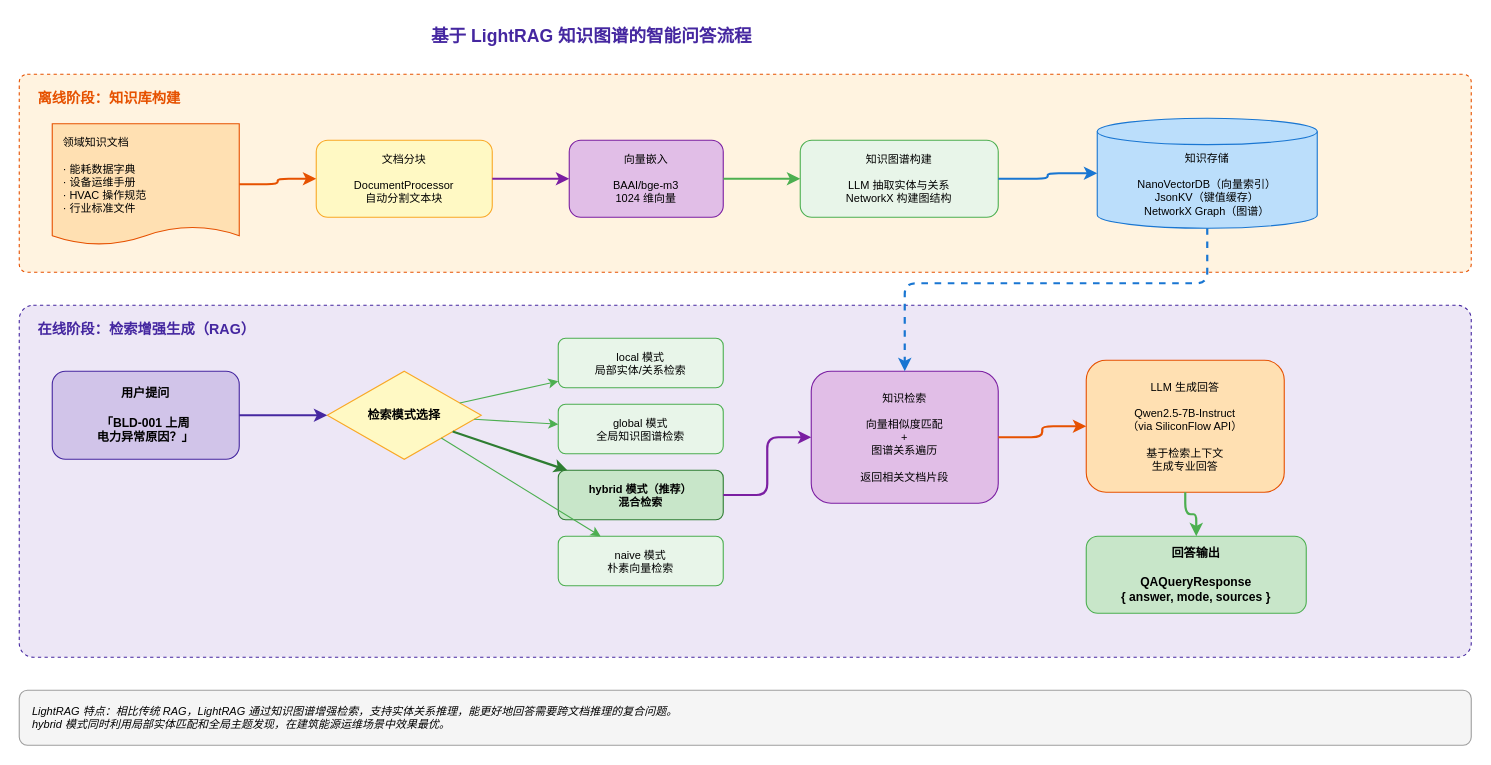
Eazed-Yu/AERO keeps this draw.io diagram as docs/diagrams/rag-qa-flow.drawio. Above is the earlier version. Source tidied: cells renumbered, new cells numbered last; positions are measured from the earlier drawing's top-left corner, leaving out a move shared by most shapes. Both pictures are drawn from the tidied source at 110%, with x=0, y=0 at pixel (19, 19).
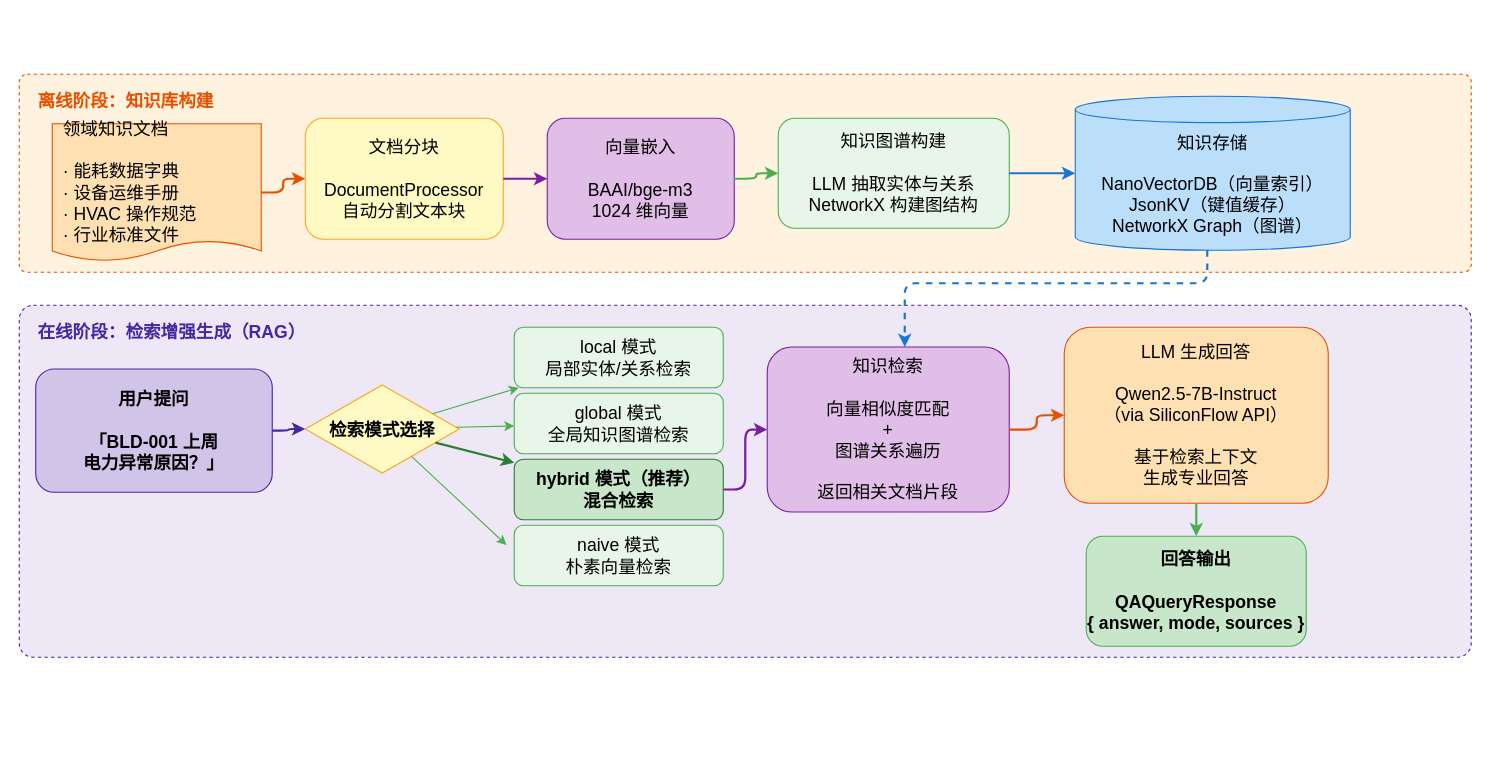
The same diagram, later.

What changed in the source:
```diff
@@
-    <mxCell id="2" value="基于 LightRAG 知识图谱的智能问答流程" style="text;html=1;align=center;verticalAlign=middle;strokeColor=none;fillColor=none;fontStyle=1;fontSize=16;fontColor=#4527A0;" parent="1" vertex="1">
-      <mxGeometry x="360" width="320" height="30" as="geometry" />
-    </mxCell>
-    <mxCell id="3" style="rounded=1;whiteSpace=wrap;html=1;fillColor=#FFF3E0;strokeColor=#E65100;dashed=1;arcSize=4;" parent="1" vertex="1">
+    <mxCell id="3" style="rounded=1;whiteSpace=wrap;html=1;fillColor=#FFF3E0;strokeColor=#E65100;dashed=1;arcSize=4;fontSize=16;" parent="1" vertex="1">
       <mxGeometry y="50" width="1320" height="180" as="geometry" />
     </mxCell>
-    <mxCell id="4" value="离线阶段：知识库构建" style="text;html=1;align=left;verticalAlign=top;strokeColor=none;fillColor=none;fontStyle=1;fontSize=13;fontColor=#E65100;" parent="1" vertex="1">
-      <mxGeometry x="15" y="58" width="170" height="25" as="geometry" />
+    <mxCell id="4" value="离线阶段：知识库构建" style="text;html=1;align=left;verticalAlign=top;strokeColor=none;fillColor=none;fontStyle=1;fontSize=16;fontColor=#E65100;" parent="1" vertex="1">
+      <mxGeometry x="15" y="58" width="180" height="30" as="geometry" />
     </mxCell>
-    <mxCell id="5" value="领域知识文档&#10;&#10;· 能耗数据字典&#10;· 设备运维手册&#10;· HVAC 操作规范&#10;· 行业标准文件" style="shape=document;whiteSpace=wrap;html=1;boundedLbl=1;backgroundOutline=1;size=0.15;fillColor=#FFE0B2;strokeColor=#E65100;fontSize=10;align=left;spacingLeft=8;" parent="1" vertex="1">
-      <mxGeometry x="30" y="95" width="170" height="110" as="geometry" />
+    <mxCell id="5" value="领域知识文档&#10;&#10;· 能耗数据字典&#10;· 设备运维手册&#10;· HVAC 操作规范&#10;· 行业标准文件" style="shape=document;whiteSpace=wrap;html=1;boundedLbl=1;backgroundOutline=1;size=0.15;fillColor=#FFE0B2;strokeColor=#E65100;fontSize=16;align=left;spacingLeft=8;" parent="1" vertex="1">
+      <mxGeometry x="30" y="95" width="190" height="125" as="geometry" />
     </mxCell>
-    <mxCell id="6" value="文档分块&#10;&#10;DocumentProcessor&#10;自动分割文本块" style="rounded=1;whiteSpace=wrap;html=1;fillColor=#FFF9C4;strokeColor=#F9A825;fontSize=10;" parent="1" vertex="1">
-      <mxGeometry x="270" y="110" width="160" height="70" as="geometry" />
+    <mxCell id="6" value="文档分块&#10;&#10;DocumentProcessor&#10;自动分割文本块" style="rounded=1;whiteSpace=wrap;html=1;fillColor=#FFF9C4;strokeColor=#F9A825;fontSize=16;" parent="1" vertex="1">
+      <mxGeometry x="260" y="90" width="180" height="110" as="geometry" />
     </mxCell>
-    <mxCell id="7" value="向量嵌入&#10;&#10;BAAI/bge-m3&#10;1024 维向量" style="rounded=1;whiteSpace=wrap;html=1;fillColor=#E1BEE7;strokeColor=#7B1FA2;fontSize=10;" parent="1" vertex="1">
-      <mxGeometry x="500" y="110" width="140" height="70" as="geometry" />
+    <mxCell id="7" value="向量嵌入&#10;&#10;BAAI/bge-m3&#10;1024 维向量" style="rounded=1;whiteSpace=wrap;html=1;fillColor=#E1BEE7;strokeColor=#7B1FA2;fontSize=16;" parent="1" vertex="1">
+      <mxGeometry x="480" y="90" width="170" height="110" as="geometry" />
     </mxCell>
-    <mxCell id="8" value="知识图谱构建&#10;&#10;LLM 抽取实体与关系&#10;NetworkX 构建图结构" style="rounded=1;whiteSpace=wrap;html=1;fillColor=#E8F5E9;strokeColor=#4CAF50;fontSize=10;" parent="1" vertex="1">
-      <mxGeometry x="710" y="110" width="180" height="70" as="geometry" />
+    <mxCell id="8" value="知识图谱构建&#10;&#10;LLM 抽取实体与关系&#10;NetworkX 构建图结构" style="rounded=1;whiteSpace=wrap;html=1;fillColor=#E8F5E9;strokeColor=#4CAF50;fontSize=16;" parent="1" vertex="1">
+      <mxGeometry x="690" y="90" width="210" height="100" as="geometry" />
     </mxCell>
-    <mxCell id="9" value="知识存储&#10;&#10;NanoVectorDB（向量索引）&#10;JsonKV（键值缓存）&#10;NetworkX Graph（图谱）" style="shape=cylinder3;whiteSpace=wrap;html=1;boundedLbl=1;backgroundOutline=1;size=12;fillColor=#BBDEFB;strokeColor=#1976D2;fontSize=10;" parent="1" vertex="1">
-      <mxGeometry x="980" y="90" width="200" height="100" as="geometry" />
+    <mxCell id="9" value="知识存储&#10;&#10;NanoVectorDB（向量索引）&#10;JsonKV（键值缓存）&#10;NetworkX Graph（图谱）" style="shape=cylinder3;whiteSpace=wrap;html=1;boundedLbl=1;backgroundOutline=1;size=12;fillColor=#BBDEFB;strokeColor=#1976D2;fontSize=16;" parent="1" vertex="1">
+      <mxGeometry x="960" y="70" width="250" height="140" as="geometry" />
     </mxCell>
-    <mxCell id="10" style="edgeStyle=orthogonalEdgeStyle;rounded=1;strokeColor=#E65100;strokeWidth=2;" parent="1" edge="1" source="5" target="6">
+    <mxCell id="10" style="edgeStyle=orthogonalEdgeStyle;rounded=1;strokeColor=#E65100;strokeWidth=2;fontSize=16;" parent="1" edge="1" source="5" target="6">
       <mxGeometry relative="1" as="geometry" />
     </mxCell>
-    <mxCell id="11" style="edgeStyle=orthogonalEdgeStyle;rounded=1;strokeColor=#7B1FA2;strokeWidth=2;" parent="1" edge="1" source="6" target="7">
+    <mxCell id="11" style="edgeStyle=orthogonalEdgeStyle;rounded=1;strokeColor=#7B1FA2;strokeWidth=2;fontSize=16;" parent="1" edge="1" source="6" target="7">
       <mxGeometry relative="1" as="geometry" />
     </mxCell>
-    <mxCell id="12" style="edgeStyle=orthogonalEdgeStyle;rounded=1;strokeColor=#4CAF50;strokeWidth=2;" parent="1" edge="1" source="7" target="8">
+    <mxCell id="12" style="edgeStyle=orthogonalEdgeStyle;rounded=1;strokeColor=#4CAF50;strokeWidth=2;fontSize=16;" parent="1" edge="1" source="7" target="8">
       <mxGeometry relative="1" as="geometry" />
     </mxCell>
-    <mxCell id="13" style="edgeStyle=orthogonalEdgeStyle;rounded=1;strokeColor=#1976D2;strokeWidth=2;" parent="1" edge="1" source="8" target="9">
+    <mxCell id="13" style="edgeStyle=orthogonalEdgeStyle;rounded=1;strokeColor=#1976D2;strokeWidth=2;fontSize=16;" parent="1" edge="1" source="8" target="9">
       <mxGeometry relative="1" as="geometry" />
     </mxCell>
-    <mxCell id="14" style="rounded=1;whiteSpace=wrap;html=1;fillColor=#EDE7F6;strokeColor=#4527A0;dashed=1;arcSize=4;" parent="1" vertex="1">
+    <mxCell id="14" style="rounded=1;whiteSpace=wrap;html=1;fillColor=#EDE7F6;strokeColor=#4527A0;dashed=1;arcSize=4;fontSize=16;" parent="1" vertex="1">
       <mxGeometry y="260" width="1320" height="320" as="geometry" />
     </mxCell>
-    <mxCell id="15" value="在线阶段：检索增强生成（RAG）" style="text;html=1;align=left;verticalAlign=top;strokeColor=none;fillColor=none;fontStyle=1;fontSize=13;fontColor=#4527A0;" parent="1" vertex="1">
-      <mxGeometry x="15" y="268" width="250" height="25" as="geometry" />
+    <mxCell id="15" value="在线阶段：检索增强生成（RAG）" style="text;html=1;align=left;verticalAlign=top;strokeColor=none;fillColor=none;fontStyle=1;fontSize=16;fontColor=#4527A0;" parent="1" vertex="1">
+      <mxGeometry x="15" y="268" width="270" height="30" as="geometry" />
     </mxCell>
-    <mxCell id="16" value="用户提问&#10;&#10;「BLD-001 上周&#10;  电力异常原因？」" style="rounded=1;whiteSpace=wrap;html=1;fillColor=#D1C4E9;strokeColor=#4527A0;fontSize=11;fontStyle=1;" parent="1" vertex="1">
-      <mxGeometry x="30" y="320" width="170" height="80" as="geometry" />
+    <mxCell id="16" value="用户提问&#10;&#10;「BLD-001 上周&#10;  电力异常原因？」" style="rounded=1;whiteSpace=wrap;html=1;fillColor=#D1C4E9;strokeColor=#4527A0;fontSize=16;fontStyle=1;" parent="1" vertex="1">
+      <mxGeometry x="15" y="318" width="215" height="112" as="geometry" />
     </mxCell>
-    <mxCell id="17" value="检索模式选择" style="rhombus;whiteSpace=wrap;html=1;fillColor=#FFF9C4;strokeColor=#F9A825;fontSize=11;fontStyle=1;" parent="1" vertex="1">
-      <mxGeometry x="280" y="320" width="140" height="80" as="geometry" />
+    <mxCell id="17" value="检索模式选择" style="rhombus;whiteSpace=wrap;html=1;fillColor=#FFF9C4;strokeColor=#F9A825;fontSize=16;fontStyle=1;" parent="1" vertex="1">
+      <mxGeometry x="260" y="332.5" width="140" height="80" as="geometry" />
     </mxCell>
-    <mxCell id="18" value="local 模式&#10;局部实体/关系检索" style="rounded=1;whiteSpace=wrap;html=1;fillColor=#E8F5E9;strokeColor=#4CAF50;fontSize=10;" parent="1" vertex="1">
-      <mxGeometry x="490" y="290" width="150" height="45" as="geometry" />
+    <mxCell id="18" value="local 模式&#10;局部实体/关系检索" style="rounded=1;whiteSpace=wrap;html=1;fillColor=#E8F5E9;strokeColor=#4CAF50;fontSize=16;" parent="1" vertex="1">
+      <mxGeometry x="450" y="280" width="190" height="55" as="geometry" />
     </mxCell>
-    <mxCell id="19" value="global 模式&#10;全局知识图谱检索" style="rounded=1;whiteSpace=wrap;html=1;fillColor=#E8F5E9;strokeColor=#4CAF50;fontSize=10;" parent="1" vertex="1">
-      <mxGeometry x="490" y="350" width="150" height="45" as="geometry" />
+    <mxCell id="19" value="global 模式&#10;全局知识图谱检索" style="rounded=1;whiteSpace=wrap;html=1;fillColor=#E8F5E9;strokeColor=#4CAF50;fontSize=16;" parent="1" vertex="1">
+      <mxGeometry x="450" y="340" width="190" height="55" as="geometry" />
     </mxCell>
-    <mxCell id="20" value="hybrid 模式（推荐）&#10;混合检索" style="rounded=1;whiteSpace=wrap;html=1;fillColor=#C8E6C9;strokeColor=#2E7D32;fontSize=10;fontStyle=1;" parent="1" vertex="1">
-      <mxGeometry x="490" y="410" width="150" height="45" as="geometry" />
+    <mxCell id="20" value="hybrid 模式（推荐）&#10;混合检索" style="rounded=1;whiteSpace=wrap;html=1;fillColor=#C8E6C9;strokeColor=#2E7D32;fontSize=16;fontStyle=1;" parent="1" vertex="1">
+      <mxGeometry x="450" y="400" width="190" height="55" as="geometry" />
     </mxCell>
-    <mxCell id="21" value="naive 模式&#10;朴素向量检索" style="rounded=1;whiteSpace=wrap;html=1;fillColor=#E8F5E9;strokeColor=#4CAF50;fontSize=10;" parent="1" vertex="1">
-      <mxGeometry x="490" y="470" width="150" height="45" as="geometry" />
+    <mxCell id="21" value="naive 模式&#10;朴素向量检索" style="rounded=1;whiteSpace=wrap;html=1;fillColor=#E8F5E9;strokeColor=#4CAF50;fontSize=16;" parent="1" vertex="1">
+      <mxGeometry x="450" y="460" width="190" height="55" as="geometry" />
     </mxCell>
-    <mxCell id="22" value="知识检索&#10;&#10;向量相似度匹配&#10;+&#10;图谱关系遍历&#10;&#10;返回相关文档片段" style="rounded=1;whiteSpace=wrap;html=1;fillColor=#E1BEE7;strokeColor=#7B1FA2;fontSize=10;" parent="1" vertex="1">
-      <mxGeometry x="720" y="320" width="170" height="120" as="geometry" />
+    <mxCell id="22" value="知识检索&#10;&#10;向量相似度匹配&#10;+&#10;图谱关系遍历&#10;&#10;返回相关文档片段" style="rounded=1;whiteSpace=wrap;html=1;fillColor=#E1BEE7;strokeColor=#7B1FA2;fontSize=16;" parent="1" vertex="1">
+      <mxGeometry x="680" y="298" width="220" height="150" as="geometry" />
     </mxCell>
-    <mxCell id="23" value="LLM 生成回答&#10;&#10;Qwen2.5-7B-Instruct&#10;（via SiliconFlow API）&#10;&#10;基于检索上下文&#10;生成专业回答" style="rounded=1;whiteSpace=wrap;html=1;fillColor=#FFE0B2;strokeColor=#E65100;fontSize=10;fontStyle=0;" parent="1" vertex="1">
-      <mxGeometry x="970" y="310" width="180" height="120" as="geometry" />
+    <mxCell id="23" value="LLM 生成回答&#10;&#10;Qwen2.5-7B-Instruct&#10;（via SiliconFlow API）&#10;&#10;基于检索上下文&#10;生成专业回答" style="rounded=1;whiteSpace=wrap;html=1;fillColor=#FFE0B2;strokeColor=#E65100;fontSize=16;fontStyle=0;" parent="1" vertex="1">
+      <mxGeometry x="950" y="280" width="240" height="160" as="geometry" />
     </mxCell>
-    <mxCell id="24" value="回答输出&#10;&#10;QAQueryResponse&#10;{ answer, mode, sources }" style="rounded=1;whiteSpace=wrap;html=1;fillColor=#C8E6C9;strokeColor=#4CAF50;fontSize=11;fontStyle=1;" parent="1" vertex="1">
-      <mxGeometry x="970" y="470" width="200" height="70" as="geometry" />
+    <mxCell id="24" value="回答输出&#10;&#10;QAQueryResponse&#10;{ answer, mode, sources }" style="rounded=1;whiteSpace=wrap;html=1;fillColor=#C8E6C9;strokeColor=#4CAF50;fontSize=16;fontStyle=1;" parent="1" vertex="1">
+      <mxGeometry x="970" y="470" width="200" height="100" as="geometry" />
     </mxCell>
-    <mxCell id="25" style="edgeStyle=orthogonalEdgeStyle;rounded=1;strokeColor=#4527A0;strokeWidth=2;" parent="1" edge="1" source="16" target="17">
+    <mxCell id="25" style="edgeStyle=orthogonalEdgeStyle;rounded=1;strokeColor=#4527A0;strokeWidth=2;fontSize=16;" parent="1" edge="1" source="16" target="17">
       <mxGeometry relative="1" as="geometry" />
     </mxCell>
-    <mxCell id="26" style="rounded=1;strokeColor=#4CAF50;strokeWidth=1;" parent="1" edge="1" source="17" target="18">
+    <mxCell id="26" style="rounded=1;strokeColor=#4CAF50;strokeWidth=1;fontSize=16;" parent="1" edge="1" source="17" target="18">
       <mxGeometry relative="1" as="geometry" />
     </mxCell>
-    <mxCell id="27" style="rounded=1;strokeColor=#4CAF50;strokeWidth=1;" parent="1" edge="1" source="17" target="19">
+    <mxCell id="27" style="rounded=1;strokeColor=#4CAF50;strokeWidth=1;fontSize=16;" parent="1" edge="1" source="17" target="19">
       <mxGeometry relative="1" as="geometry" />
     </mxCell>
-    <mxCell id="28" style="rounded=1;strokeColor=#2E7D32;strokeWidth=2;" parent="1" edge="1" source="17" target="20">
+    <mxCell id="28" style="rounded=1;strokeColor=#2E7D32;strokeWidth=2;fontSize=16;" parent="1" edge="1" source="17" target="20">
       <mxGeometry relative="1" as="geometry" />
     </mxCell>
-    <mxCell id="29" style="rounded=1;strokeColor=#4CAF50;strokeWidth=1;" parent="1" edge="1" source="17" target="21">
+    <mxCell id="29" style="rounded=1;strokeColor=#4CAF50;strokeWidth=1;fontSize=16;entryX=-0.037;entryY=0.327;entryDx=0;entryDy=0;entryPerimeter=0;" parent="1" edge="1" source="17" target="21">
       <mxGeometry relative="1" as="geometry" />
     </mxCell>
-    <mxCell id="30" style="edgeStyle=orthogonalEdgeStyle;rounded=1;strokeColor=#7B1FA2;strokeWidth=2;" parent="1" edge="1" source="20" target="22">
+    <mxCell id="30" style="edgeStyle=orthogonalEdgeStyle;rounded=1;strokeColor=#7B1FA2;strokeWidth=2;fontSize=16;" parent="1" edge="1" source="20" target="22">
       <mxGeometry relative="1" as="geometry" />
     </mxCell>
-    <mxCell id="31" style="edgeStyle=orthogonalEdgeStyle;rounded=1;strokeColor=#E65100;strokeWidth=2;" parent="1" edge="1" source="22" target="23">
+    <mxCell id="31" style="edgeStyle=orthogonalEdgeStyle;rounded=1;strokeColor=#E65100;strokeWidth=2;fontSize=16;" parent="1" edge="1" source="22" target="23">
       <mxGeometry relative="1" as="geometry" />
     </mxCell>
-    <mxCell id="32" style="edgeStyle=orthogonalEdgeStyle;rounded=1;strokeColor=#4CAF50;strokeWidth=2;" parent="1" edge="1" source="23" target="24">
+    <mxCell id="32" style="edgeStyle=orthogonalEdgeStyle;rounded=1;strokeColor=#4CAF50;strokeWidth=2;fontSize=16;" parent="1" edge="1" source="23" target="24">
       <mxGeometry relative="1" as="geometry" />
     </mxCell>
-    <mxCell id="33" style="edgeStyle=orthogonalEdgeStyle;rounded=1;strokeColor=#1976D2;strokeWidth=2;dashed=1;" parent="1" edge="1" source="9" target="22">
+    <mxCell id="33" style="edgeStyle=orthogonalEdgeStyle;rounded=1;strokeColor=#1976D2;strokeWidth=2;dashed=1;fontSize=16;" parent="1" edge="1" source="9" target="22">
       <mxGeometry relative="1" as="geometry">
         <Array as="points">
           <mxPoint x="1080" y="240" />
           <mxPoint x="805" y="240" />
         </Array>
       </mxGeometry>
     </mxCell>
-    <mxCell id="34" value="LightRAG 特点：相比传统 RAG，LightRAG 通过知识图谱增强检索，支持实体关系推理，能更好地回答需要跨文档推理的复合问题。&#10;hybrid 模式同时利用局部实体匹配和全局主题发现，在建筑能源运维场景中效果最优。" style="rounded=1;whiteSpace=wrap;html=1;fillColor=#F5F5F5;strokeColor=#9E9E9E;fontSize=10;fontStyle=2;align=left;spacingLeft=10;spacingRight=10;" parent="1" vertex="1">
-      <mxGeometry y="610" width="1320" height="50" as="geometry" />
-    </mxCell>
```
